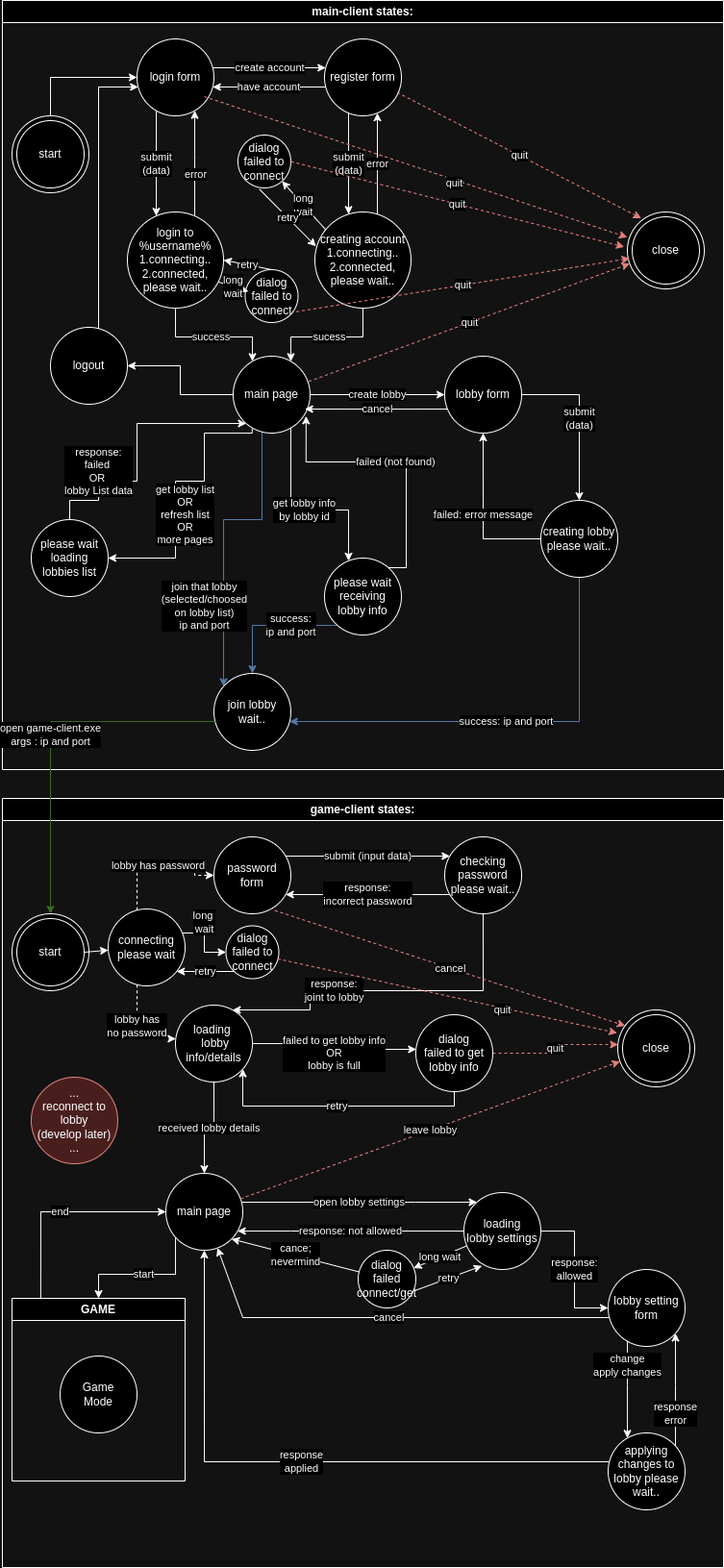
Above: docs/machine-state/client/client-states-dark.png in turnaduw/fluffyMultiplayer (draw.io), before the change. Source tidied: cells renumbered, new cells last; positions are measured from the earlier drawing's top-left corner, leaving out a move shared by most shapes.
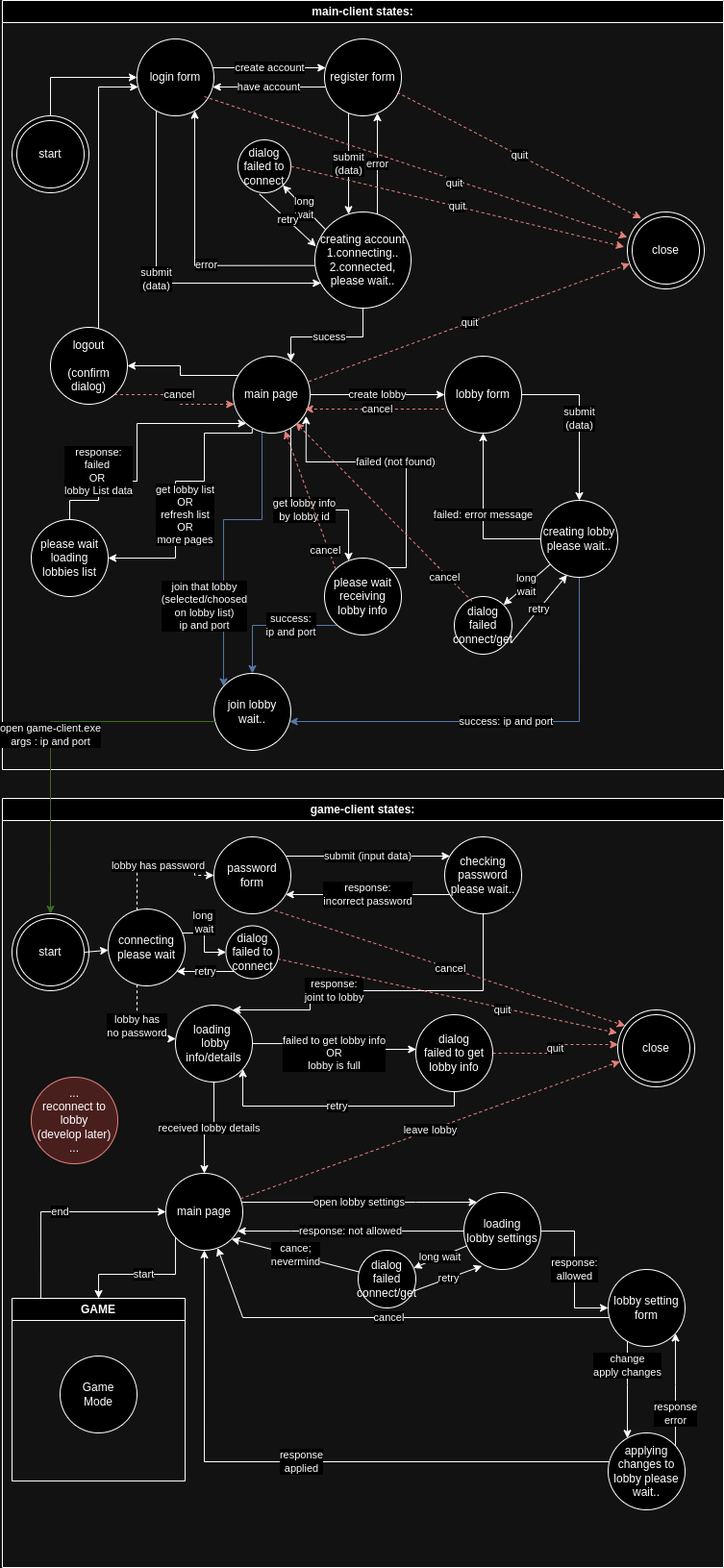
The same diagram one commit later.

Commit message:
doc: client states updated

The edit, as a diff of the source:
```diff
@@ -23,11 +23,10 @@
         </Array>
       </mxGeometry>
     </mxCell>
-    <mxCell id="6" value="submit&lt;br&gt;(data)" style="edgeStyle=orthogonalEdgeStyle;rounded=0;jettySize=auto;html=1;" parent="2" edge="1" source="7" target="14">
+    <mxCell id="6" value="submit&lt;br&gt;(data)" style="edgeStyle=orthogonalEdgeStyle;rounded=0;jettySize=auto;html=1;entryX=0.063;entryY=0.74;entryDx=0;entryDy=0;entryPerimeter=0;" parent="2" edge="1" source="7" target="17">
       <mxGeometry relative="1" as="geometry">
         <Array as="points">
-          <mxPoint x="160" y="160" />
-          <mxPoint x="160" y="160" />
+          <mxPoint x="160" y="294" />
         </Array>
       </mxGeometry>
     </mxCell>
@@ -53,28 +52,16 @@
     <mxCell id="10" value="register form" style="ellipse;whiteSpace=wrap;html=1;" parent="2" vertex="1">
       <mxGeometry x="335" y="40" width="80" height="80" as="geometry" />
     </mxCell>
-    <mxCell id="11" style="edgeStyle=orthogonalEdgeStyle;rounded=0;jettySize=auto;html=1;" parent="2" edge="1" source="14" target="7">
+    <mxCell id="11" style="edgeStyle=orthogonalEdgeStyle;rounded=0;jettySize=auto;html=1;exitX=0.011;exitY=0.557;exitDx=0;exitDy=0;exitPerimeter=0;" parent="2" edge="1" source="17" target="7">
       <mxGeometry relative="1" as="geometry">
         <Array as="points">
-          <mxPoint x="200" y="160" />
-          <mxPoint x="200" y="160" />
+          <mxPoint x="200" y="276" />
         </Array>
       </mxGeometry>
     </mxCell>
     <mxCell id="12" value="error" style="edgeLabel;html=1;align=center;verticalAlign=middle;" parent="11" vertex="1">
       <mxGeometry x="-0.2" y="-1" relative="1" as="geometry" />
     </mxCell>
-    <mxCell id="13" value="success" style="edgeStyle=orthogonalEdgeStyle;rounded=0;jettySize=auto;html=1;" parent="2" edge="1" source="14" target="23">
-      <mxGeometry relative="1" as="geometry">
-        <Array as="points">
-          <mxPoint x="180" y="350" />
-          <mxPoint x="260" y="350" />
-        </Array>
-      </mxGeometry>
-    </mxCell>
-    <mxCell id="14" value="login to %username%&lt;br&gt;1.connecting..&lt;br&gt;2.connected, please wait.." style="ellipse;whiteSpace=wrap;html=1;" parent="2" vertex="1">
-      <mxGeometry x="130" y="220" width="100" height="100" as="geometry" />
-    </mxCell>
     <mxCell id="15" value="error" style="edgeStyle=orthogonalEdgeStyle;rounded=0;jettySize=auto;html=1;" parent="2" edge="1" source="17" target="10">
       <mxGeometry relative="1" as="geometry">
         <Array as="points">
@@ -95,7 +82,12 @@
       <mxGeometry x="325" y="220" width="100" height="100" as="geometry" />
     </mxCell>
     <mxCell id="18" style="edgeStyle=orthogonalEdgeStyle;rounded=0;jettySize=auto;html=1;" parent="2" edge="1" source="23" target="25">
-      <mxGeometry relative="1" as="geometry" />
+      <mxGeometry relative="1" as="geometry">
+        <Array as="points">
+          <mxPoint x="185" y="390" />
+          <mxPoint x="185" y="380" />
+        </Array>
+      </mxGeometry>
     </mxCell>
     <mxCell id="19" value="create lobby" style="edgeStyle=orthogonalEdgeStyle;rounded=0;jettySize=auto;html=1;" parent="2" edge="1" source="23" target="28">
       <mxGeometry relative="1" as="geometry">
@@ -142,10 +134,18 @@
         </Array>
       </mxGeometry>
     </mxCell>
+    <mxCell id="99" value="cancel" style="edgeStyle=orthogonalEdgeStyle;rounded=0;jettySize=auto;html=1;fillColor=#f8cecc;strokeColor=#b85450;dashed=1;" parent="2" edge="1" source="25" target="23">
+      <mxGeometry relative="1" as="geometry">
+        <Array as="points">
+          <mxPoint x="185" y="410" />
+          <mxPoint x="185" y="420" />
+        </Array>
+      </mxGeometry>
+    </mxCell>
-    <mxCell id="25" value="logout" style="ellipse;whiteSpace=wrap;html=1;" parent="2" vertex="1">
+    <mxCell id="25" value="logout&lt;br&gt;&lt;br&gt;(confirm dialog)" style="ellipse;whiteSpace=wrap;html=1;" parent="2" vertex="1">
       <mxGeometry x="50" y="340" width="80" height="80" as="geometry" />
     </mxCell>
-    <mxCell id="26" value="cancel" style="edgeStyle=orthogonalEdgeStyle;rounded=0;orthogonalLoop=1;jettySize=auto;html=1;" parent="2" edge="1">
+    <mxCell id="26" value="cancel" style="edgeStyle=orthogonalEdgeStyle;rounded=0;orthogonalLoop=1;jettySize=auto;html=1;fillColor=#f8cecc;strokeColor=#b85450;dashed=1;" parent="2" edge="1">
       <mxGeometry relative="1" as="geometry">
         <mxPoint x="465.4" y="425" as="sourcePoint" />
         <mxPoint x="314.6" y="425" as="targetPoint" />
@@ -230,29 +230,32 @@
       <mxGeometry x="220" y="700" width="80" height="80" as="geometry" />
     </mxCell>
     <mxCell id="44" value="dialog&lt;br&gt;failed to connect" style="ellipse;whiteSpace=wrap;html=1;" parent="2" vertex="1">
-      <mxGeometry x="245" y="140" width="55" height="55" as="geometry" />
+      <mxGeometry x="245" y="145" width="55" height="55" as="geometry" />
     </mxCell>
-    <mxCell id="45" value="dialog&lt;br&gt;failed to connect" style="ellipse;whiteSpace=wrap;html=1;" parent="2" vertex="1">
-      <mxGeometry x="252.5" y="280" width="55" height="55" as="geometry" />
-    </mxCell>
-    <mxCell id="46" value="long&lt;br&gt;wait" style="endArrow=classic;html=1;rounded=0;exitX=0.95;exitY=0.729;exitDx=0;exitDy=0;exitPerimeter=0;entryX=0.06;entryY=0.413;entryDx=0;entryDy=0;entryPerimeter=0;" parent="2" edge="1" source="14" target="45">
-      <mxGeometry relative="1" as="geometry" />
-    </mxCell>
     <mxCell id="47" value="long&lt;br&gt;wait" style="endArrow=classic;html=1;rounded=0;exitX=0.114;exitY=0.186;exitDx=0;exitDy=0;exitPerimeter=0;" parent="2" edge="1" source="17" target="44">
       <mxGeometry relative="1" as="geometry" />
     </mxCell>
     <mxCell id="48" value="retry" style="endArrow=classic;html=1;rounded=0;entryX=0.011;entryY=0.357;entryDx=0;entryDy=0;entryPerimeter=0;exitX=0.405;exitY=1.023;exitDx=0;exitDy=0;exitPerimeter=0;" parent="2" edge="1" source="44" target="17">
       <mxGeometry relative="1" as="geometry" />
     </mxCell>
+    <mxCell id="51" value="quit" style="endArrow=classic;html=1;rounded=0;fillColor=#f8cecc;strokeColor=#b85450;dashed=1;entryX=-0.041;entryY=0.454;entryDx=0;entryDy=0;entryPerimeter=0;exitX=1;exitY=0.5;exitDx=0;exitDy=0;" parent="2" edge="1" source="44" target="34">
+      <mxGeometry relative="1" as="geometry" />
+    </mxCell>
+    <mxCell id="100" value="dialog&lt;br&gt;failed connect/get" style="ellipse;whiteSpace=wrap;html=1;" parent="2" vertex="1">
+      <mxGeometry x="470" y="620" width="60" height="60" as="geometry" />
+    </mxCell>
+    <mxCell id="46" value="long&lt;br&gt;wait" style="endArrow=classic;html=1;rounded=0;entryX=1;entryY=0;entryDx=0;entryDy=0;" parent="2" edge="1" source="42" target="100">
+      <mxGeometry relative="1" as="geometry" />
+    </mxCell>
-    <mxCell id="49" value="retry" style="endArrow=classic;html=1;rounded=0;exitX=0.5;exitY=0;exitDx=0;exitDy=0;entryX=1;entryY=0.5;entryDx=0;entryDy=0;" parent="2" edge="1" source="45" target="14">
+    <mxCell id="49" value="retry" style="endArrow=classic;html=1;rounded=0;entryX=0.341;entryY=0.968;entryDx=0;entryDy=0;entryPerimeter=0;exitX=0.983;exitY=0.805;exitDx=0;exitDy=0;exitPerimeter=0;" parent="2" edge="1" source="100" target="42">
       <mxGeometry relative="1" as="geometry" />
     </mxCell>
-    <mxCell id="50" value="quit" style="endArrow=classic;html=1;rounded=0;fillColor=#f8cecc;strokeColor=#b85450;dashed=1;entryX=0.03;entryY=0.604;entryDx=0;entryDy=0;entryPerimeter=0;exitX=0.965;exitY=0.795;exitDx=0;exitDy=0;exitPerimeter=0;" parent="2" edge="1" source="45" target="34">
-      <mxGeometry relative="1" as="geometry" />
-    </mxCell>
-    <mxCell id="51" value="quit" style="endArrow=classic;html=1;rounded=0;fillColor=#f8cecc;strokeColor=#b85450;dashed=1;entryX=-0.041;entryY=0.454;entryDx=0;entryDy=0;entryPerimeter=0;exitX=1;exitY=0.5;exitDx=0;exitDy=0;" parent="2" edge="1" source="44" target="34">
-      <mxGeometry relative="1" as="geometry" />
-    </mxCell>
+    <mxCell id="101" value="cancel" style="endArrow=classic;html=1;rounded=0;entryX=0.813;entryY=0.864;entryDx=0;entryDy=0;entryPerimeter=0;exitX=0.307;exitY=0.081;exitDx=0;exitDy=0;exitPerimeter=0;dashed=1;fillColor=#f8cecc;strokeColor=#b85450;" parent="2" edge="1" source="100" target="23">
+      <mxGeometry x="-0.71" y="3" relative="1" as="geometry" />
+    </mxCell>
+    <mxCell id="102" value="cancel" style="endArrow=classic;html=1;rounded=0;exitX=0;exitY=0;exitDx=0;exitDy=0;dashed=1;fillColor=#f8cecc;strokeColor=#b85450;" parent="2" edge="1" source="32" target="23">
+      <mxGeometry x="-0.71" y="3" relative="1" as="geometry" />
+    </mxCell>
     <mxCell id="52" value="game-client states:" style="swimlane;whiteSpace=wrap;html=1;" parent="1" vertex="1">
       <mxGeometry y="830" width="750" height="800" as="geometry" />
     </mxCell>
```
